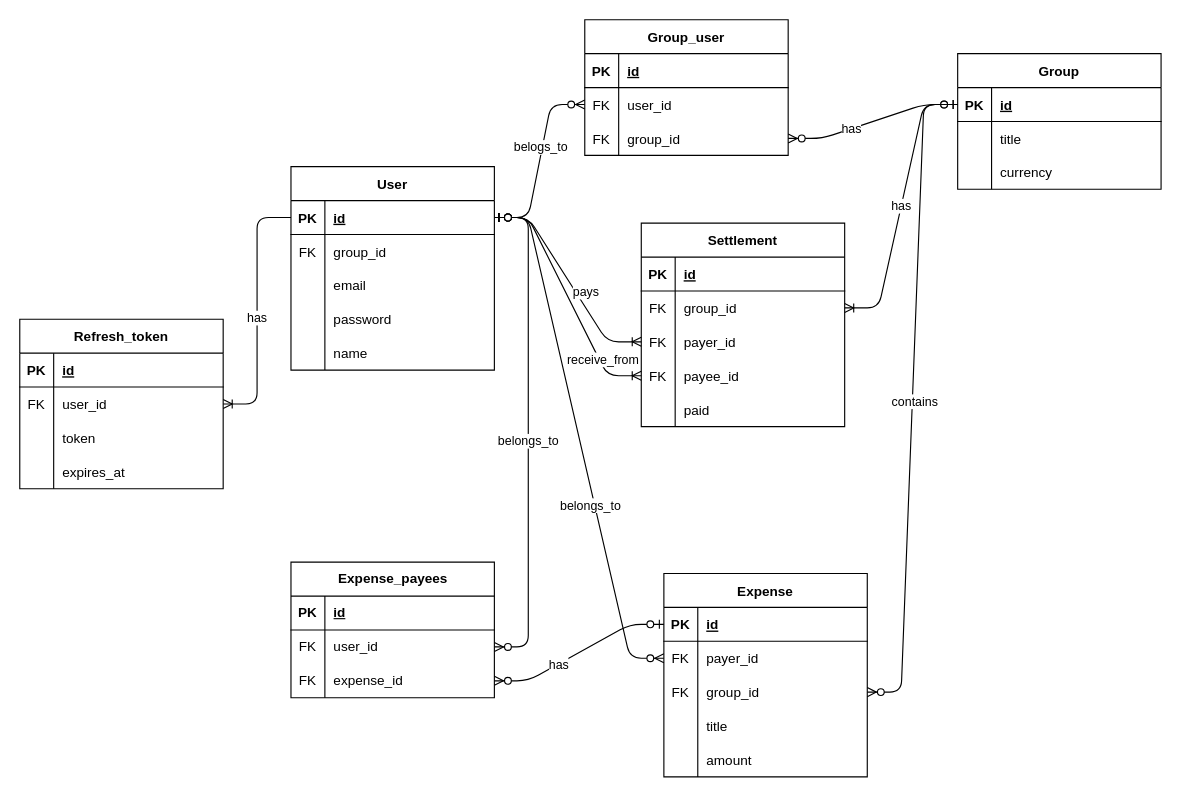
Before: docs/database.drawio in Kai-Itakura/splitit, a draw.io diagram. Source tidied: cells renumbered, new cells numbered last; positions are measured from the earlier drawing's top-left corner, leaving out a move shared by most shapes. Both pictures are drawn from the tidied source at 113%, with x=0, y=0 at pixel (19, 19).
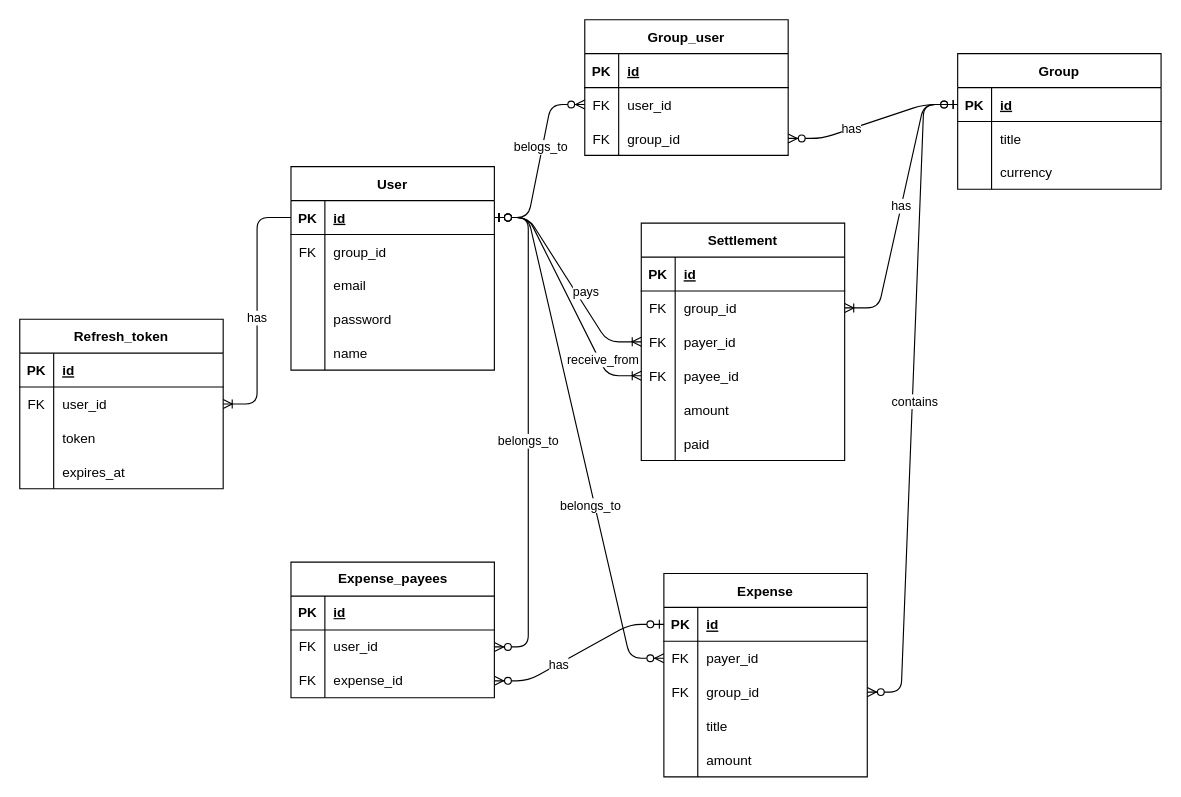
The same page after the edit.

The change refers to these unchanged cells:
```xml
<mxCell id="76" style="shape=tableRow;horizontal=0;startSize=0;swimlaneHead=0;swimlaneBody=0;fillColor=none;top=0;left=0;right=0;bottom=0;" parent="63" vertex="1">
  <mxGeometry y="150" width="180" height="30" as="geometry" />
</mxCell>
```

Change to the diagram source:
```diff
@@
     <mxCell id="63" value="Settlement" style="shape=table;startSize=30;childLayout=tableLayout;rowLines=0;fontStyle=1;align=center;" parent="1" vertex="1">
-      <mxGeometry x="550" y="180" width="180" height="180" as="geometry" />
+      <mxGeometry x="550" y="180" width="180" height="210" as="geometry" />
     </mxCell>
@@
-    <mxCell id="78" value="paid" style="shape=partialRectangle;fillColor=none;top=0;left=0;bottom=0;right=0;align=left;spacingLeft=6;overflow=hidden;" parent="76" vertex="1">
+    <mxCell id="78" value="amount" style="shape=partialRectangle;fillColor=none;top=0;left=0;bottom=0;right=0;align=left;spacingLeft=6;overflow=hidden;" parent="76" vertex="1">
       <mxGeometry x="30" width="150" height="30" as="geometry" />
     </mxCell>
+    <mxCell id="114" style="shape=tableRow;horizontal=0;startSize=0;swimlaneHead=0;swimlaneBody=0;fillColor=none;top=0;left=0;right=0;bottom=0;" parent="63" vertex="1">
+      <mxGeometry y="180" width="180" height="30" as="geometry" />
+    </mxCell>
+    <mxCell id="115" style="shape=partialRectangle;fillColor=none;top=0;left=0;bottom=0;right=0;overflow=hidden;" parent="114" vertex="1">
+      <mxGeometry width="30" height="30" as="geometry" />
+    </mxCell>
+    <mxCell id="116" value="paid" style="shape=partialRectangle;fillColor=none;top=0;left=0;bottom=0;right=0;align=left;spacingLeft=6;overflow=hidden;" parent="114" vertex="1">
+      <mxGeometry x="30" width="150" height="30" as="geometry" />
+    </mxCell>
```
